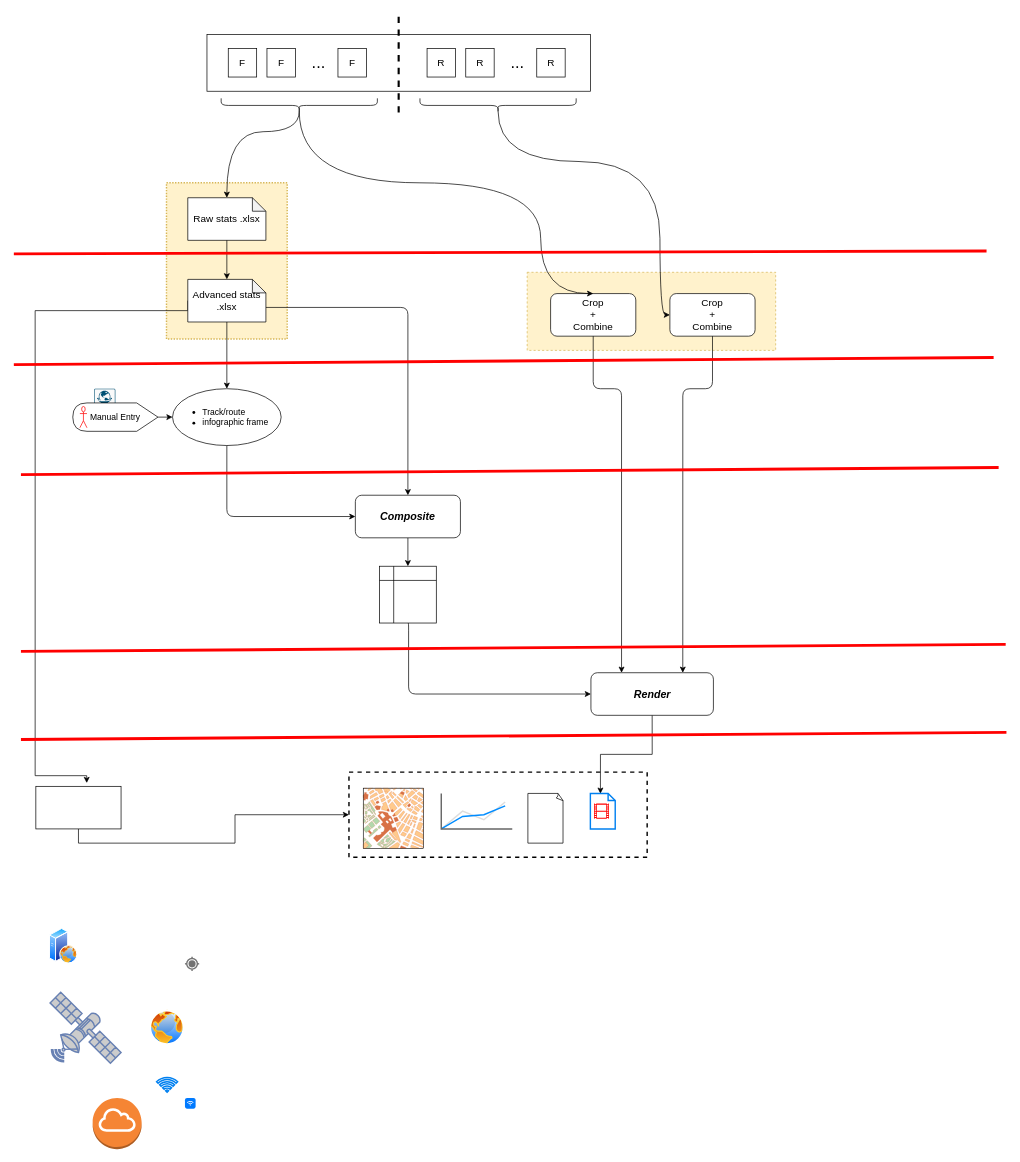
shivamkundan/MoviePy_Test keeps this draw.io diagram as flowchart.drawio. Above is the earlier version. Source tidied: cells renumbered, new cells numbered last; positions are measured from the earlier drawing's top-left corner, leaving out a move shared by most shapes. Both pictures are drawn from the tidied source at 71%, with x=0, y=0 at pixel (13, 13).
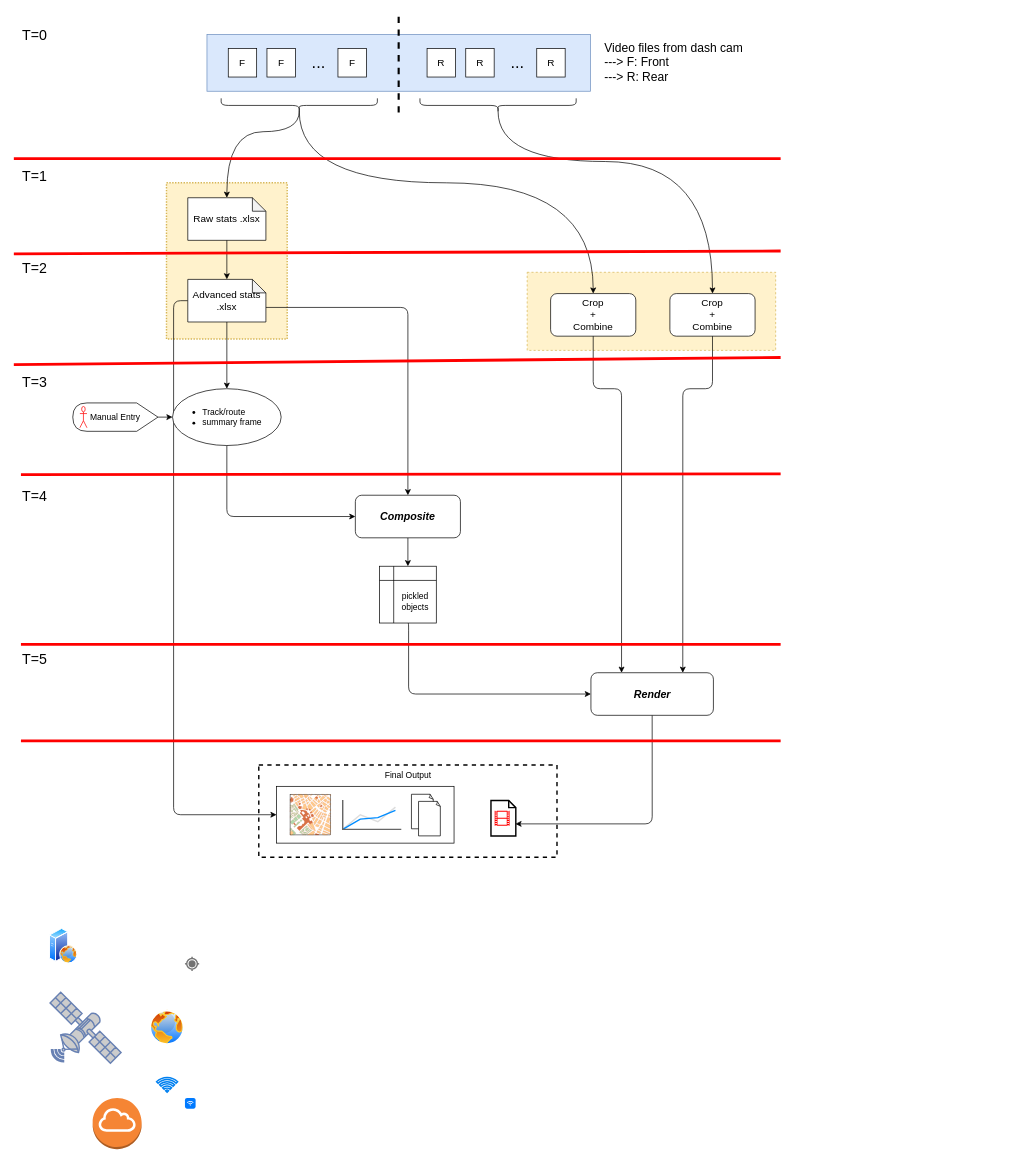
The same diagram, later.

The change refers to these unchanged cells:
```xml
<mxCell id="4" style="shape=curlyBracket;whiteSpace=wrap;html=1;rounded=1;labelPosition=left;verticalLabelPosition=middle;align=right;verticalAlign=middle;rotation=-90;" parent="1" vertex="1">
  <mxGeometry x="392" y="20" width="20" height="220" as="geometry" />
</mxCell>
<mxCell id="23" style="shape=curlyBracket;whiteSpace=wrap;html=1;rounded=1;labelPosition=left;verticalLabelPosition=middle;align=right;verticalAlign=middle;rotation=-90;" parent="1" vertex="1">
  <mxGeometry x="672" y="20" width="20" height="220" as="geometry" />
</mxCell>
<mxCell id="33" value="&lt;font style=&quot;font-size: 14px;&quot;&gt;Advanced stats .xlsx&lt;/font&gt;" style="shape=note;whiteSpace=wrap;html=1;backgroundOutline=1;darkOpacity=0.05;size=19;" parent="1" vertex="1">
  <mxGeometry x="245" y="375" width="110" height="60" as="geometry" />
</mxCell>
<mxCell id="43" value="&lt;font style=&quot;font-size: 14px;&quot;&gt;Crop&lt;br&gt;+&lt;br&gt;Combine&lt;/font&gt;" style="rounded=1;whiteSpace=wrap;html=1;" parent="41" vertex="1">
  <mxGeometry x="201" y="40" width="120" height="60" as="geometry" />
</mxCell>
<mxCell id="44" value="&lt;font style=&quot;font-size: 14px;&quot;&gt;Crop&lt;br&gt;+&lt;br&gt;Combine&lt;/font&gt;" style="rounded=1;whiteSpace=wrap;html=1;" parent="41" vertex="1">
  <mxGeometry x="33" y="40" width="120" height="60" as="geometry" />
</mxCell>
<mxCell id="48" value="&lt;font style=&quot;font-size: 15px;&quot;&gt;&lt;i&gt;&lt;b&gt;Render&lt;/b&gt;&lt;/i&gt;&lt;/font&gt;" style="rounded=1;whiteSpace=wrap;html=1;" parent="1" vertex="1">
  <mxGeometry x="812.8" y="929" width="172.5" height="60" as="geometry" />
</mxCell>
```

Diff of the diagram source:
```diff
@@
-    <mxCell id="2" style="sketch=0;verticalLabelPosition=bottom;html=1;verticalAlign=top;align=center;shape=mxgraph.cisco19.rect;prIcon=web_reputation_filtering;fillColor=#FAFAFA;strokeColor=#005073;" parent="1" vertex="1">
-      <mxGeometry x="113" y="529" width="30" height="30" as="geometry" />
-    </mxCell>
     <mxCell id="3" style="rounded=0;whiteSpace=wrap;html=1;dashed=1;strokeWidth=2;" parent="1" vertex="1">
-      <mxGeometry x="472" y="1069" width="420" height="120" as="geometry" />
+      <mxGeometry x="345" y="1059" width="420" height="130" as="geometry" />
     </mxCell>
@@
-    <mxCell id="5" style="rounded=0;whiteSpace=wrap;html=1;" parent="1" vertex="1">
+    <mxCell id="5" style="rounded=0;whiteSpace=wrap;html=1;fillColor=#dae8fc;strokeColor=#6c8ebf;" parent="1" vertex="1">
       <mxGeometry x="272" y="30" width="540" height="80" as="geometry" />
     </mxCell>
@@
-    <mxCell id="26" style="edgeStyle=orthogonalEdgeStyle;rounded=0;jettySize=auto;html=1;exitX=0.5;exitY=1;exitDx=0;exitDy=0;entryX=0;entryY=0.5;entryDx=0;entryDy=0;" parent="1" edge="1" source="27" target="3">
-      <mxGeometry relative="1" as="geometry" />
-    </mxCell>
-    <mxCell id="27" style="rounded=0;whiteSpace=wrap;html=1;" parent="1" vertex="1">
-      <mxGeometry x="31" y="1089" width="120" height="60" as="geometry" />
-    </mxCell>
@@
-    <mxCell id="30" style="edgeStyle=orthogonalEdgeStyle;rounded=0;jettySize=auto;html=1;exitX=0;exitY=0.5;exitDx=0;exitDy=0;exitPerimeter=0;entryX=0.597;entryY=-0.078;entryDx=0;entryDy=0;entryPerimeter=0;" parent="1" edge="1" source="33" target="27">
-      <mxGeometry relative="1" as="geometry">
-        <Array as="points">
-          <mxPoint x="245" y="419" />
-          <mxPoint x="30" y="419" />
-          <mxPoint x="30" y="1074" />
-        </Array>
-      </mxGeometry>
-    </mxCell>
@@
+    <mxCell id="30" style="edgeStyle=orthogonalEdgeStyle;rounded=1;jettySize=auto;html=1;exitX=0;exitY=0.5;exitDx=0;exitDy=0;exitPerimeter=0;entryX=0;entryY=0.5;entryDx=0;entryDy=0;" parent="1" edge="1" source="33" target="27">
+      <mxGeometry relative="1" as="geometry" />
+    </mxCell>
@@
-    <mxCell id="37" value="&lt;ul&gt;&lt;li&gt;Track/route&lt;/li&gt;&lt;li style=&quot;&quot;&gt;infographic frame&lt;/li&gt;&lt;/ul&gt;" style="ellipse;whiteSpace=wrap;html=1;align=left;" parent="1" vertex="1">
+    <mxCell id="37" value="&lt;ul&gt;&lt;li&gt;Track/route&lt;/li&gt;&lt;li style=&quot;&quot;&gt;summary frame&lt;/li&gt;&lt;/ul&gt;" style="ellipse;whiteSpace=wrap;html=1;align=left;" parent="1" vertex="1">
       <mxGeometry x="223.5" y="529" width="153" height="80" as="geometry" />
     </mxCell>
@@
-    <mxCell id="45" style="edgeStyle=orthogonalEdgeStyle;jettySize=auto;html=1;exitX=0.1;exitY=0.5;exitDx=0;exitDy=0;exitPerimeter=0;curved=1;" parent="1" edge="1" source="23" target="43">
+    <mxCell id="45" style="edgeStyle=orthogonalEdgeStyle;jettySize=auto;html=1;exitX=0.1;exitY=0.5;exitDx=0;exitDy=0;exitPerimeter=0;curved=1;entryX=0.5;entryY=0;entryDx=0;entryDy=0;" parent="1" edge="1" source="23" target="43">
       <mxGeometry relative="1" as="geometry">
         <Array as="points">
           <mxPoint x="682" y="209" />
-          <mxPoint x="910" y="209" />
+          <mxPoint x="984" y="209" />
         </Array>
       </mxGeometry>
     </mxCell>
     <mxCell id="46" style="edgeStyle=orthogonalEdgeStyle;jettySize=auto;html=1;exitX=0.1;exitY=0.5;exitDx=0;exitDy=0;exitPerimeter=0;entryX=0.5;entryY=0;entryDx=0;entryDy=0;curved=1;" parent="1" edge="1" source="4" target="44">
       <mxGeometry relative="1" as="geometry">
         <Array as="points">
           <mxPoint x="402" y="239" />
-          <mxPoint x="742" y="239" />
+          <mxPoint x="816" y="239" />
         </Array>
       </mxGeometry>
     </mxCell>
-    <mxCell id="47" style="edgeStyle=orthogonalEdgeStyle;rounded=0;jettySize=auto;html=1;exitX=0.5;exitY=1;exitDx=0;exitDy=0;entryX=0.405;entryY=0.007;entryDx=0;entryDy=0;entryPerimeter=0;" parent="1" edge="1" source="48" target="55">
+    <mxCell id="47" style="edgeStyle=orthogonalEdgeStyle;rounded=1;jettySize=auto;html=1;exitX=0.5;exitY=1;exitDx=0;exitDy=0;entryX=0.985;entryY=0.658;entryDx=0;entryDy=0;entryPerimeter=0;" parent="1" edge="1" source="48" target="55">
       <mxGeometry relative="1" as="geometry" />
     </mxCell>
@@
-    <mxCell id="53" style="whiteSpace=wrap;html=1;shape=mxgraph.basic.document;" parent="1" vertex="1">
-      <mxGeometry x="724" y="1099" width="50" height="70" as="geometry" />
-    </mxCell>
     <mxCell id="54" style="group;" parent="1" vertex="1">
-      <mxGeometry x="812" y="1099" width="35" height="50" as="geometry" />
+      <mxGeometry x="672" y="1109" width="35" height="50" as="geometry" />
     </mxCell>
-    <mxCell id="55" style="html=1;verticalLabelPosition=bottom;align=center;labelBackgroundColor=#ffffff;verticalAlign=top;strokeWidth=2;strokeColor=#0080F0;shadow=0;dashed=0;shape=mxgraph.ios7.icons.document;" parent="54" vertex="1">
+    <mxCell id="55" style="html=1;verticalLabelPosition=bottom;align=center;labelBackgroundColor=#ffffff;verticalAlign=top;strokeWidth=2;strokeColor=#000000;shadow=0;dashed=0;shape=mxgraph.ios7.icons.document;" parent="54" vertex="1">
       <mxGeometry width="35" height="50" as="geometry" />
     </mxCell>
@@
-    <mxCell id="57" style="verticalLabelPosition=bottom;shadow=0;dashed=0;align=center;html=1;verticalAlign=top;strokeWidth=1;shape=mxgraph.mockup.graphics.lineChart;strokeColor=none;strokeColor2=#666666;strokeColor3=#008cff;strokeColor4=#dddddd;" parent="1" vertex="1">
-      <mxGeometry x="602" y="1099" width="100" height="50" as="geometry" />
-    </mxCell>
-    <mxCell id="58" style="verticalLabelPosition=bottom;shadow=0;dashed=0;align=center;html=1;verticalAlign=top;strokeWidth=1;shape=mxgraph.mockup.misc.map;" parent="1" vertex="1">
-      <mxGeometry x="492" y="1091.5" width="85" height="85" as="geometry" />
-    </mxCell>
@@
     <mxCell id="66" style="endArrow=none;html=1;rounded=0;strokeColor=#FF0000;strokeWidth=4;" parent="1" edge="1">
       <mxGeometry relative="1" as="geometry">
         <mxPoint y="339" as="sourcePoint" />
-        <mxPoint x="1370" y="335" as="targetPoint" />
+        <mxPoint x="1080" y="335" as="targetPoint" />
       </mxGeometry>
     </mxCell>
     <mxCell id="67" style="endArrow=none;html=1;rounded=0;strokeColor=#FF0000;strokeWidth=4;" parent="1" edge="1">
       <mxGeometry relative="1" as="geometry">
         <mxPoint y="495" as="sourcePoint" />
-        <mxPoint x="1380" y="485" as="targetPoint" />
+        <mxPoint x="1080" y="485" as="targetPoint" />
       </mxGeometry>
     </mxCell>
     <mxCell id="68" style="endArrow=none;html=1;rounded=0;strokeColor=#FF0000;strokeWidth=4;" parent="1" edge="1">
       <mxGeometry relative="1" as="geometry">
         <mxPoint x="10" y="650" as="sourcePoint" />
-        <mxPoint x="1387" y="640" as="targetPoint" />
+        <mxPoint x="1080" y="649" as="targetPoint" />
       </mxGeometry>
     </mxCell>
     <mxCell id="69" style="endArrow=none;html=1;rounded=0;strokeColor=#FF0000;strokeWidth=4;" parent="1" edge="1">
       <mxGeometry relative="1" as="geometry">
-        <mxPoint x="10" y="899" as="sourcePoint" />
-        <mxPoint x="1397" y="889" as="targetPoint" />
+        <mxPoint x="10" y="889" as="sourcePoint" />
+        <mxPoint x="1080" y="889" as="targetPoint" />
       </mxGeometry>
     </mxCell>
     <mxCell id="70" style="endArrow=none;html=1;rounded=0;strokeColor=#FF0000;strokeWidth=4;" parent="1" edge="1">
       <mxGeometry relative="1" as="geometry">
-        <mxPoint x="10" y="1023" as="sourcePoint" />
-        <mxPoint x="1398" y="1013" as="targetPoint" />
+        <mxPoint x="10" y="1025" as="sourcePoint" />
+        <mxPoint x="1080" y="1025" as="targetPoint" />
       </mxGeometry>
     </mxCell>
+    <mxCell id="71" style="group;" parent="1" vertex="1">
+      <mxGeometry x="370" y="1089" width="259" height="80" as="geometry" />
+    </mxCell>
+    <mxCell id="27" style="rounded=0;whiteSpace=wrap;html=1;" parent="71" vertex="1">
+      <mxGeometry width="250" height="80" as="geometry" />
+    </mxCell>
+    <mxCell id="57" style="verticalLabelPosition=bottom;shadow=0;dashed=0;align=center;html=1;verticalAlign=top;strokeWidth=1;shape=mxgraph.mockup.graphics.lineChart;strokeColor=none;strokeColor2=#666666;strokeColor3=#008cff;strokeColor4=#dddddd;" parent="71" vertex="1">
+      <mxGeometry x="93.2" y="19.4" width="82.5" height="41.2" as="geometry" />
+    </mxCell>
+    <mxCell id="58" style="verticalLabelPosition=bottom;shadow=0;dashed=0;align=center;html=1;verticalAlign=top;strokeWidth=1;shape=mxgraph.mockup.misc.map;" parent="71" vertex="1">
+      <mxGeometry x="19" y="11.2" width="57.5" height="57.5" as="geometry" />
+    </mxCell>
+    <mxCell id="72" style="group;" parent="71" vertex="1">
+      <mxGeometry x="190" y="11.2" width="41" height="58.6" as="geometry" />
+    </mxCell>
+    <mxCell id="53" style="whiteSpace=wrap;html=1;shape=mxgraph.basic.document;" parent="72" vertex="1">
+      <mxGeometry width="31" height="48.6" as="geometry" />
+    </mxCell>
+    <mxCell id="73" style="whiteSpace=wrap;html=1;shape=mxgraph.basic.document;" parent="72" vertex="1">
+      <mxGeometry x="10" y="10" width="31" height="48.6" as="geometry" />
+    </mxCell>
+    <mxCell id="74" value="Final Output" style="text;html=1;align=center;verticalAlign=middle;strokeColor=none;fillColor=none;" parent="1" vertex="1">
+      <mxGeometry x="510" y="1059" width="90" height="30" as="geometry" />
+    </mxCell>
+    <mxCell id="75" style="endArrow=none;html=1;rounded=0;strokeColor=#FF0000;strokeWidth=4;" parent="1" edge="1">
+      <mxGeometry relative="1" as="geometry">
+        <mxPoint y="205" as="sourcePoint" />
+        <mxPoint x="1080" y="205" as="targetPoint" />
+      </mxGeometry>
+    </mxCell>
+    <mxCell id="76" value="pickled&lt;br&gt;objects" style="text;html=1;align=center;verticalAlign=middle;strokeColor=none;fillColor=none;" parent="1" vertex="1">
+      <mxGeometry x="535" y="809" width="60" height="40" as="geometry" />
+    </mxCell>
+    <mxCell id="77" value="&lt;font style=&quot;font-size: 17px;&quot;&gt;Video files from dash cam&lt;br&gt;---&amp;gt; F: Front&lt;br&gt;---&amp;gt; R: Rear&lt;br&gt;&lt;br&gt;&lt;/font&gt;" style="text;html=1;align=left;verticalAlign=middle;strokeColor=none;fillColor=none;" parent="1" vertex="1">
+      <mxGeometry x="830" y="30" width="220" height="100" as="geometry" />
+    </mxCell>
+    <mxCell id="78" value="&lt;font style=&quot;font-size: 20px;&quot;&gt;T=0&lt;br style=&quot;font-size: 20px;&quot;&gt;&lt;/font&gt;" style="text;html=1;align=left;verticalAlign=middle;strokeColor=none;fillColor=none;fontSize=20;" parent="1" vertex="1">
+      <mxGeometry x="10" y="10" width="60" height="40" as="geometry" />
+    </mxCell>
+    <mxCell id="79" value="&lt;font style=&quot;font-size: 20px;&quot;&gt;T=1&lt;br style=&quot;font-size: 20px;&quot;&gt;&lt;/font&gt;" style="text;html=1;align=left;verticalAlign=middle;strokeColor=none;fillColor=none;fontSize=20;" parent="1" vertex="1">
+      <mxGeometry x="10" y="209" width="60" height="40" as="geometry" />
+    </mxCell>
+    <mxCell id="80" value="&lt;font style=&quot;font-size: 20px;&quot;&gt;T=2&lt;br style=&quot;font-size: 20px;&quot;&gt;&lt;/font&gt;" style="text;html=1;align=left;verticalAlign=middle;strokeColor=none;fillColor=none;fontSize=20;" parent="1" vertex="1">
+      <mxGeometry x="10" y="339" width="60" height="40" as="geometry" />
+    </mxCell>
+    <mxCell id="81" value="&lt;font style=&quot;font-size: 20px;&quot;&gt;T=3&lt;br style=&quot;font-size: 20px;&quot;&gt;&lt;/font&gt;" style="text;html=1;align=left;verticalAlign=middle;strokeColor=none;fillColor=none;fontSize=20;" parent="1" vertex="1">
+      <mxGeometry x="10" y="499" width="60" height="40" as="geometry" />
+    </mxCell>
+    <mxCell id="82" value="&lt;font style=&quot;font-size: 20px;&quot;&gt;T=4&lt;br style=&quot;font-size: 20px;&quot;&gt;&lt;/font&gt;" style="text;html=1;align=left;verticalAlign=middle;strokeColor=none;fillColor=none;fontSize=20;" parent="1" vertex="1">
+      <mxGeometry x="10" y="659" width="60" height="40" as="geometry" />
+    </mxCell>
+    <mxCell id="83" value="&lt;font style=&quot;font-size: 20px;&quot;&gt;T=5&lt;br style=&quot;font-size: 20px;&quot;&gt;&lt;/font&gt;" style="text;html=1;align=left;verticalAlign=middle;strokeColor=none;fillColor=none;fontSize=20;" parent="1" vertex="1">
+      <mxGeometry x="10" y="889" width="60" height="40" as="geometry" />
+    </mxCell>
```
